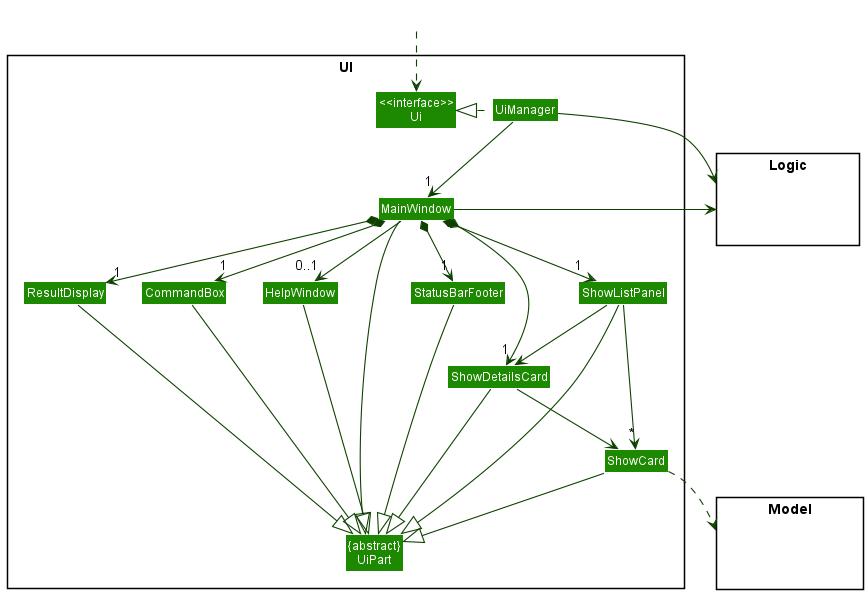
Before: docs/images/UiClassDiagram.png, a diagram exported from PlantUML (nus-cs2103-AY2122S2/tp).
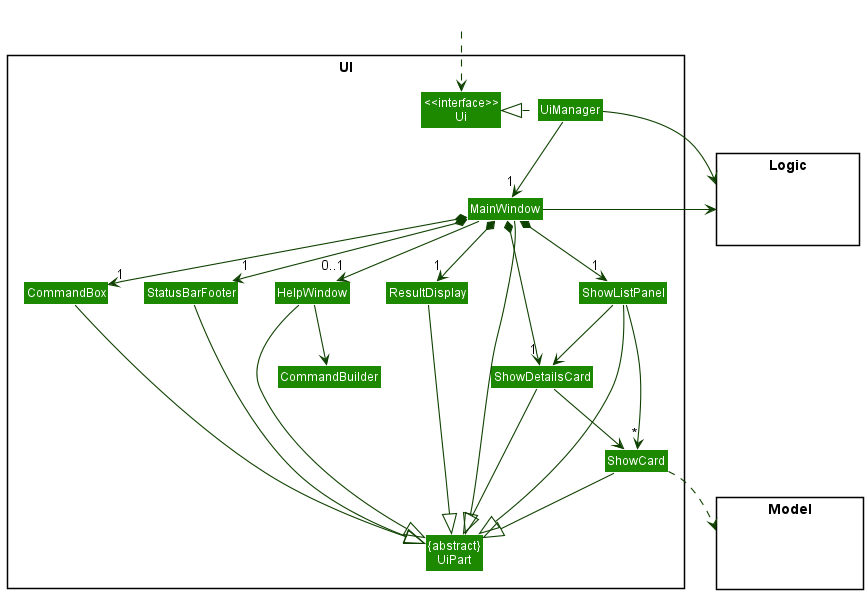
After the commit.

What changed in the source:
```diff
@@ -16,6 +16,7 @@
 Class StatusBarFooter
 Class CommandBox
 Class ShowDetailsCard
+Class CommandBuilder
 }
 
 package Model <<Rectangle>> {
@@ -37,20 +38,21 @@
 MainWindow *-down-> "1" StatusBarFooter
 MainWindow *-right-> "1" ShowDetailsCard
 MainWindow --> "0..1" HelpWindow
+HelpWindow --> CommandBuilder
 
 ShowListPanel -down-> "*" ShowCard
 ShowListPanel --> ShowDetailsCard
 ShowDetailsCard --> ShowCard
 
-MainWindow --|> UiPart
+MainWindow -left-|> UiPart
+
 ResultDisplay --|> UiPart
 CommandBox --|> UiPart
 ShowListPanel --|> UiPart
 ShowCard --|> UiPart
 StatusBarFooter --|> UiPart
 HelpWindow --|> UiPart
-ShowDetailsCard -left-|> UiPart
-
+ShowDetailsCard --|> UiPart
 
 ShowCard ..> Model
 UiManager -right-> Logic
```
